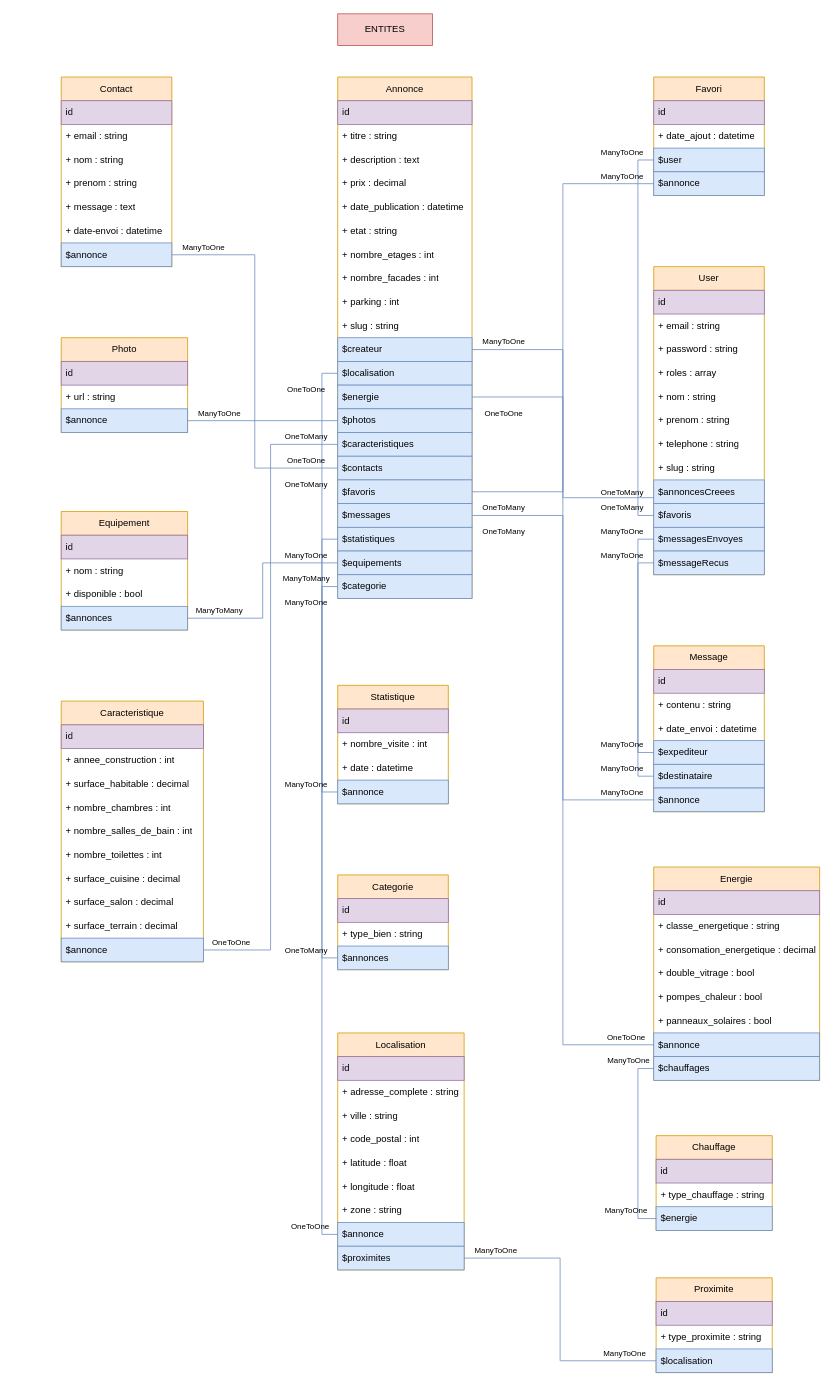
Before: trouvemontoit.drawio in waerks/TrouveMonToit, a draw.io diagram. Source tidied: cells renumbered, new cells numbered last; positions are measured from the earlier drawing's top-left corner, leaving out a move shared by most shapes. Both pictures are drawn from the tidied source at 79%, with x=0, y=0 at pixel (61, 13).
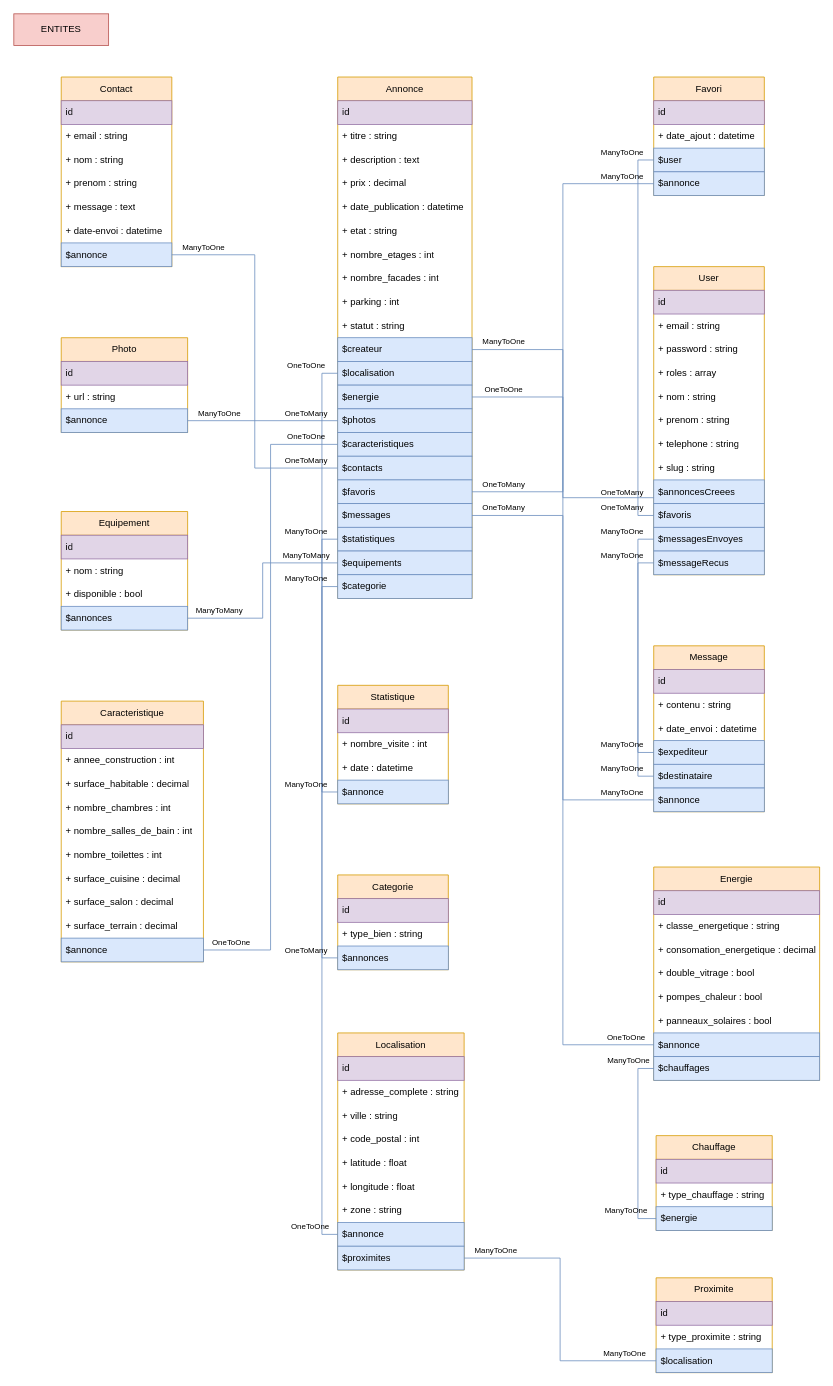
The same diagram, later.

Unchanged cells that the change refers to:
```xml
<mxCell id="21" value="Annonce" style="swimlane;fontStyle=0;horizontal=1;startSize=30;whiteSpace=wrap;html=1;fillColor=#ffe6cc;strokeColor=#d79b00;" parent="1" vertex="1">
  <mxGeometry x="350" y="80" width="170" height="660" as="geometry" />
</mxCell>
```

Change to the diagram source:
```diff
@@
     <mxCell id="15" value="ENTITES" style="rounded=0;whiteSpace=wrap;html=1;fillColor=#f8cecc;strokeColor=#b85450;" parent="1" vertex="1">
-      <mxGeometry x="350" width="120" height="40" as="geometry" />
+      <mxGeometry x="-60" width="120" height="40" as="geometry" />
     </mxCell>
@@
-    <mxCell id="31" value="+ slug : string" style="text;strokeColor=none;fillColor=none;align=left;verticalAlign=middle;spacingLeft=4;spacingRight=4;overflow=hidden;whiteSpace=wrap;html=1;" parent="21" vertex="1">
+    <mxCell id="31" value="+ statut : string" style="text;strokeColor=none;fillColor=none;align=left;verticalAlign=middle;spacingLeft=4;spacingRight=4;overflow=hidden;whiteSpace=wrap;html=1;" parent="21" vertex="1">
       <mxGeometry y="300" width="170" height="30" as="geometry" />
     </mxCell>
@@
     <mxCell id="125" value="&lt;font style=&quot;font-size: 10px;&quot;&gt;OneToOne&lt;/font&gt;" style="text;html=1;align=center;verticalAlign=middle;strokeColor=none;fillColor=none;" parent="1" vertex="1">
-      <mxGeometry x="275" y="460" width="70" height="30" as="geometry" />
+      <mxGeometry x="275" y="430" width="70" height="30" as="geometry" />
     </mxCell>
     <mxCell id="126" value="&lt;font style=&quot;font-size: 10px;&quot;&gt;OneToOne&lt;/font&gt;" style="text;html=1;align=center;verticalAlign=middle;strokeColor=none;fillColor=none;" parent="1" vertex="1">
-      <mxGeometry x="525" y="490" width="70" height="30" as="geometry" />
+      <mxGeometry x="525" y="460" width="70" height="30" as="geometry" />
     </mxCell>
     <mxCell id="127" value="&lt;font style=&quot;font-size: 10px;&quot;&gt;OneToMany&lt;/font&gt;" style="text;html=1;align=center;verticalAlign=middle;strokeColor=none;fillColor=none;" parent="1" vertex="1">
-      <mxGeometry x="270" y="520" width="80" height="30" as="geometry" />
+      <mxGeometry x="270" y="490" width="80" height="30" as="geometry" />
     </mxCell>
     <mxCell id="128" value="&lt;font style=&quot;font-size: 10px;&quot;&gt;OneToOne&lt;/font&gt;" style="text;html=1;align=center;verticalAlign=middle;strokeColor=none;fillColor=none;" parent="1" vertex="1">
-      <mxGeometry x="275" y="550" width="70" height="30" as="geometry" />
+      <mxGeometry x="275" y="520" width="70" height="30" as="geometry" />
     </mxCell>
     <mxCell id="129" value="&lt;font style=&quot;font-size: 10px;&quot;&gt;OneToMany&lt;/font&gt;" style="text;html=1;align=center;verticalAlign=middle;strokeColor=none;fillColor=none;" parent="1" vertex="1">
-      <mxGeometry x="270" y="580" width="80" height="30" as="geometry" />
+      <mxGeometry x="270" y="550" width="80" height="30" as="geometry" />
     </mxCell>
     <mxCell id="130" value="&lt;font style=&quot;font-size: 10px;&quot;&gt;OneToMany&lt;/font&gt;" style="text;html=1;align=center;verticalAlign=middle;strokeColor=none;fillColor=none;" parent="1" vertex="1">
-      <mxGeometry x="520" y="610" width="80" height="30" as="geometry" />
+      <mxGeometry x="520" y="580" width="80" height="30" as="geometry" />
     </mxCell>
     <mxCell id="131" value="&lt;font style=&quot;font-size: 10px;&quot;&gt;OneToMany&lt;/font&gt;" style="text;html=1;align=center;verticalAlign=middle;strokeColor=none;fillColor=none;" parent="1" vertex="1">
-      <mxGeometry x="520" y="640" width="80" height="30" as="geometry" />
+      <mxGeometry x="520" y="610" width="80" height="30" as="geometry" />
     </mxCell>
     <mxCell id="132" value="&lt;font style=&quot;font-size: 10px;&quot;&gt;ManyToOne&lt;/font&gt;" style="text;html=1;align=center;verticalAlign=middle;strokeColor=none;fillColor=none;" parent="1" vertex="1">
-      <mxGeometry x="270" y="730" width="80" height="30" as="geometry" />
+      <mxGeometry x="270" y="700" width="80" height="30" as="geometry" />
     </mxCell>
     <mxCell id="133" value="&lt;font style=&quot;font-size: 10px;&quot;&gt;ManyToOne&lt;/font&gt;" style="text;html=1;align=center;verticalAlign=middle;strokeColor=none;fillColor=none;" parent="1" vertex="1">
-      <mxGeometry x="270" y="670" width="80" height="30" as="geometry" />
+      <mxGeometry x="270" y="640" width="80" height="30" as="geometry" />
     </mxCell>
     <mxCell id="134" value="&lt;font style=&quot;font-size: 10px;&quot;&gt;ManyToMany&lt;/font&gt;" style="text;html=1;align=center;verticalAlign=middle;strokeColor=none;fillColor=none;" parent="1" vertex="1">
-      <mxGeometry x="270" y="700" width="80" height="30" as="geometry" />
+      <mxGeometry x="270" y="670" width="80" height="30" as="geometry" />
     </mxCell>
```
